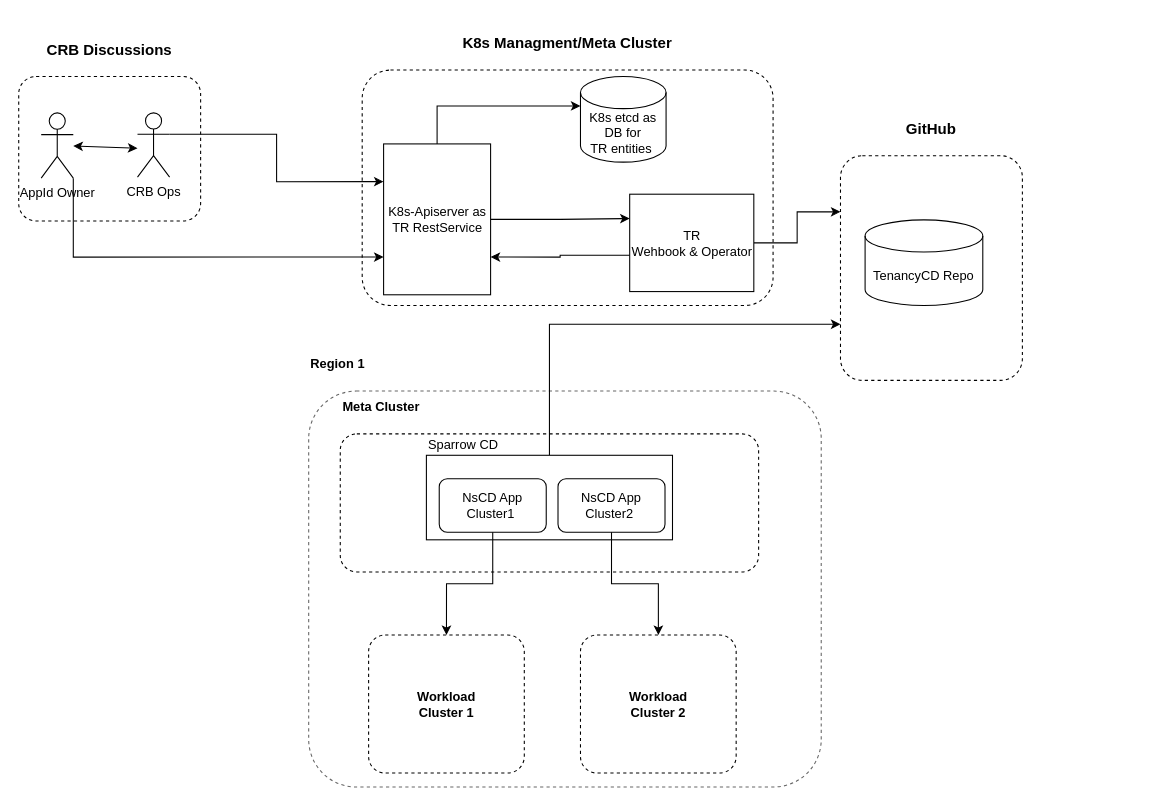
The draw.io diagram BetaReleaseArchitecutalView.drawio in Purushotham233/first_app, before the edit. Source tidied: cells renumbered, new cells numbered last; positions are measured from the earlier drawing's top-left corner, leaving out a move shared by most shapes. Both pictures are drawn from the tidied source at 107%, with x=0, y=0 at pixel (18, 70).
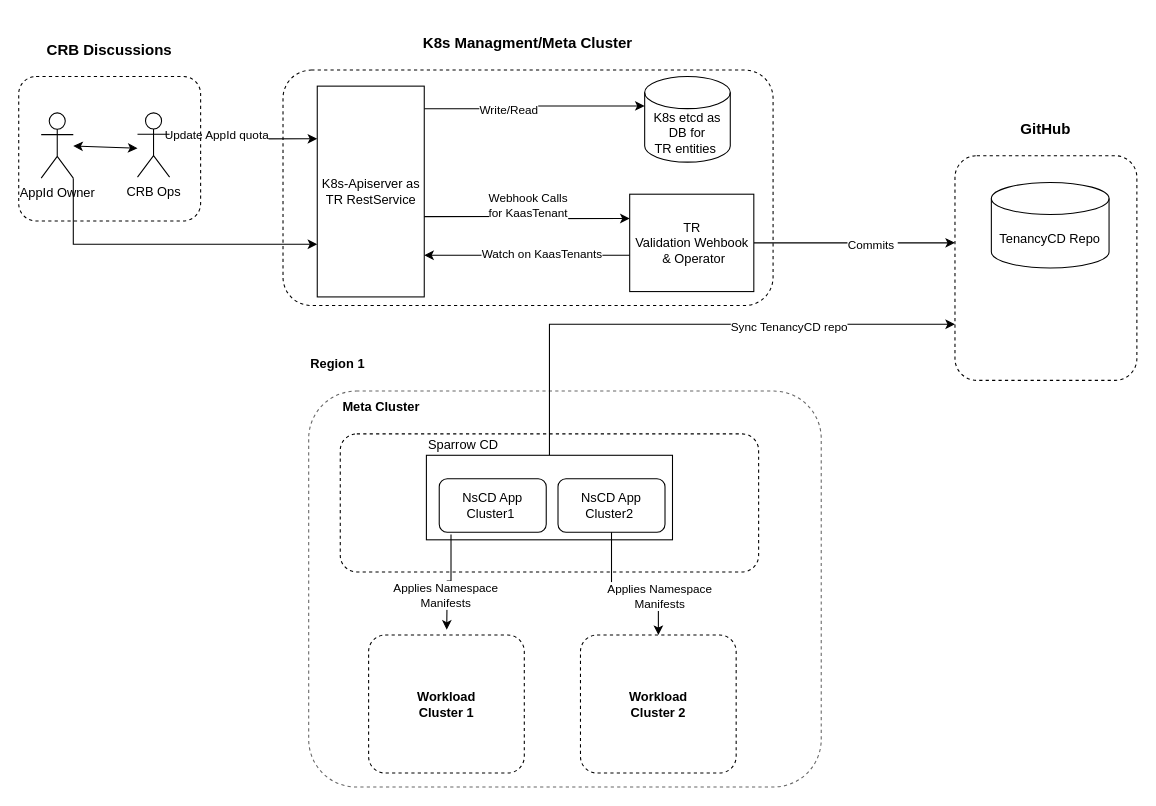
The same diagram, later.

Unchanged cells that the change refers to:
```xml
<mxCell id="6" style="edgeStyle=orthogonalEdgeStyle;rounded=0;jettySize=auto;html=1;exitX=1;exitY=0.3333333333333333;exitDx=0;exitDy=0;exitPerimeter=0;entryX=0;entryY=0.25;entryDx=0;entryDy=0;" parent="1" edge="1" source="7" target="12">
  <mxGeometry relative="1" as="geometry" />
</mxCell>
<mxCell id="19" style="edgeStyle=orthogonalEdgeStyle;rounded=0;jettySize=auto;html=1;exitX=0.5;exitY=0;exitDx=0;exitDy=0;entryX=0;entryY=0.75;entryDx=0;entryDy=0;" parent="1" edge="1" source="20" target="17">
  <mxGeometry relative="1" as="geometry" />
</mxCell>
<mxCell id="22" style="edgeStyle=orthogonalEdgeStyle;rounded=0;jettySize=auto;html=1;exitX=0.5;exitY=1;exitDx=0;exitDy=0;" parent="1" edge="1" source="23" target="27">
  <mxGeometry relative="1" as="geometry" />
</mxCell>
<mxCell id="25" value="NsCD App Cluster1&amp;nbsp;" style="rounded=1;whiteSpace=wrap;html=1;glass=0;sketch=0;strokeColor=#000000;fillColor=none;align=center;" parent="1" vertex="1">
  <mxGeometry x="393" y="382" width="100" height="50" as="geometry" />
</mxCell>
<mxCell id="26" value="&lt;h4&gt;Workload &lt;br&gt;Cluster 1&lt;/h4&gt;" style="rounded=1;whiteSpace=wrap;html=1;fillColor=none;sketch=0;glass=0;arcSize=12;dashed=1;align=center;labelPosition=center;verticalLabelPosition=middle;verticalAlign=middle;" parent="1" vertex="1">
  <mxGeometry x="327" y="528" width="145.5" height="129" as="geometry" />
</mxCell>
```

What changed in the source:
```diff
@@
+    <mxCell id="29" value="Update AppId quota" style="edgeLabel;html=1;align=center;verticalAlign=middle;" parent="6" vertex="1">
+      <mxGeometry x="-0.4" relative="1" as="geometry" />
+    </mxCell>
@@
     <mxCell id="9" value="&lt;h3&gt;K8s Managment/Meta Cluster&lt;/h3&gt;" style="rounded=1;whiteSpace=wrap;html=1;fillColor=none;sketch=0;glass=0;arcSize=12;dashed=1;align=center;labelPosition=center;verticalLabelPosition=top;verticalAlign=bottom;" parent="1" vertex="1">
-      <mxGeometry x="321" width="384" height="220" as="geometry" />
+      <mxGeometry x="247" width="458" height="220" as="geometry" />
     </mxCell>
+    <mxCell id="11" style="edgeStyle=orthogonalEdgeStyle;rounded=0;jettySize=auto;html=1;exitX=0.99;exitY=0.619;exitDx=0;exitDy=0;entryX=0;entryY=0.25;entryDx=0;entryDy=0;exitPerimeter=0;" parent="1" edge="1" source="12" target="16">
+      <mxGeometry relative="1" as="geometry" />
+    </mxCell>
+    <mxCell id="30" value="Webhook Calls &lt;br&gt;for KaasTenant" style="edgeLabel;html=1;align=center;verticalAlign=middle;" parent="11" vertex="1">
+      <mxGeometry x="-0.49" relative="1" as="geometry">
+        <mxPoint x="48" y="-10" as="offset" />
+      </mxGeometry>
+    </mxCell>
-    <mxCell id="10" style="edgeStyle=orthogonalEdgeStyle;rounded=0;jettySize=auto;html=1;exitX=0.5;exitY=0;exitDx=0;exitDy=0;entryX=0;entryY=0;entryDx=0;entryDy=27.5;entryPerimeter=0;" parent="1" edge="1" source="12" target="13">
+    <mxCell id="10" style="edgeStyle=orthogonalEdgeStyle;rounded=0;jettySize=auto;html=1;exitX=1;exitY=0.107;exitDx=0;exitDy=0;entryX=0;entryY=0;entryDx=0;entryDy=27.5;entryPerimeter=0;exitPerimeter=0;" parent="1" edge="1" source="12" target="13">
       <mxGeometry relative="1" as="geometry" />
     </mxCell>
-    <mxCell id="11" style="edgeStyle=orthogonalEdgeStyle;rounded=0;jettySize=auto;html=1;exitX=1;exitY=0.5;exitDx=0;exitDy=0;entryX=0;entryY=0.25;entryDx=0;entryDy=0;" parent="1" edge="1" source="12" target="16">
-      <mxGeometry relative="1" as="geometry" />
-    </mxCell>
+    <mxCell id="31" value="Write/Read" style="edgeLabel;html=1;align=center;verticalAlign=middle;" parent="10" vertex="1">
+      <mxGeometry x="-0.24" y="-1" relative="1" as="geometry" />
+    </mxCell>
     <mxCell id="12" value="K8s-Apiserver as &lt;br&gt;TR RestService" style="html=1;" parent="1" vertex="1">
-      <mxGeometry x="341" y="69" width="100" height="141" as="geometry" />
+      <mxGeometry x="279" y="15" width="100" height="197" as="geometry" />
     </mxCell>
     <mxCell id="13" value="K8s etcd as DB for&lt;br&gt;TR entities&amp;nbsp;" style="shape=cylinder3;whiteSpace=wrap;html=1;boundedLbl=1;backgroundOutline=1;size=15;glass=1;sketch=0;fillColor=none;" parent="1" vertex="1">
-      <mxGeometry x="525" y="6" width="80" height="80" as="geometry" />
+      <mxGeometry x="585" y="6" width="80" height="80" as="geometry" />
     </mxCell>
-    <mxCell id="14" style="edgeStyle=orthogonalEdgeStyle;rounded=0;jettySize=auto;html=1;exitX=0.009;exitY=0.626;exitDx=0;exitDy=0;entryX=1;entryY=0.75;entryDx=0;entryDy=0;exitPerimeter=0;" parent="1" edge="1" source="16" target="12">
-      <mxGeometry relative="1" as="geometry" />
+    <mxCell id="14" style="edgeStyle=orthogonalEdgeStyle;rounded=0;jettySize=auto;html=1;exitX=0.009;exitY=0.626;exitDx=0;exitDy=0;exitPerimeter=0;" parent="1" edge="1" source="16">
+      <mxGeometry relative="1" as="geometry">
+        <mxPoint x="379" y="173" as="targetPoint" />
+        <Array as="points">
+          <mxPoint x="379" y="173" />
+        </Array>
+      </mxGeometry>
     </mxCell>
+    <mxCell id="32" value="Watch on KaasTenants" style="edgeLabel;html=1;align=center;verticalAlign=middle;" parent="14" vertex="1">
+      <mxGeometry x="-0.13" y="-2" relative="1" as="geometry" />
+    </mxCell>
-    <mxCell id="15" style="edgeStyle=orthogonalEdgeStyle;rounded=0;jettySize=auto;html=1;exitX=1;exitY=0.5;exitDx=0;exitDy=0;entryX=0;entryY=0.25;entryDx=0;entryDy=0;" parent="1" edge="1" source="16" target="17">
+    <mxCell id="15" style="edgeStyle=orthogonalEdgeStyle;rounded=0;jettySize=auto;html=1;exitX=1;exitY=0.5;exitDx=0;exitDy=0;entryX=0;entryY=0.388;entryDx=0;entryDy=0;entryPerimeter=0;" parent="1" edge="1" source="16" target="17">
       <mxGeometry relative="1" as="geometry" />
     </mxCell>
+    <mxCell id="33" value="Commits&amp;nbsp;" style="edgeLabel;html=1;align=center;verticalAlign=middle;" parent="15" vertex="1">
+      <mxGeometry x="0.17" y="-2" relative="1" as="geometry" />
+    </mxCell>
-    <mxCell id="16" value="TR &lt;br&gt;Wehbook &amp;amp; Operator" style="html=1;" parent="1" vertex="1">
+    <mxCell id="16" value="TR &lt;br&gt;Validation Wehbook&lt;br&gt;&amp;nbsp;&amp;amp; Operator" style="html=1;" parent="1" vertex="1">
       <mxGeometry x="571" y="116" width="116" height="91" as="geometry" />
     </mxCell>
     <mxCell id="17" value="&lt;h3&gt;GitHub&lt;/h3&gt;" style="rounded=1;whiteSpace=wrap;html=1;fillColor=none;sketch=0;glass=0;arcSize=12;dashed=1;labelPosition=center;verticalLabelPosition=top;align=center;verticalAlign=bottom;" parent="1" vertex="1">
-      <mxGeometry x="768" y="80" width="170" height="210" as="geometry" />
+      <mxGeometry x="875" y="80" width="170" height="210" as="geometry" />
     </mxCell>
     <mxCell id="18" value="TenancyCD Repo" style="shape=cylinder3;whiteSpace=wrap;html=1;boundedLbl=1;backgroundOutline=1;size=15;glass=1;sketch=0;fillColor=none;" parent="1" vertex="1">
-      <mxGeometry x="791" y="140" width="110" height="80" as="geometry" />
+      <mxGeometry x="909" y="105" width="110" height="80" as="geometry" />
     </mxCell>
@@
+    <mxCell id="34" value="Sync TenancyCD repo" style="edgeLabel;html=1;align=center;verticalAlign=middle;" parent="19" vertex="1">
+      <mxGeometry x="0.38" y="-1" relative="1" as="geometry">
+        <mxPoint y="1" as="offset" />
+      </mxGeometry>
+    </mxCell>
@@
+    <mxCell id="35" value="Applies Namespace&lt;br&gt;Manifests" style="edgeLabel;html=1;align=center;verticalAlign=middle;" parent="22" vertex="1">
+      <mxGeometry x="0.48" y="1" relative="1" as="geometry" />
+    </mxCell>
@@
-    <mxCell id="24" style="edgeStyle=orthogonalEdgeStyle;rounded=0;jettySize=auto;html=1;exitX=0.5;exitY=1;exitDx=0;exitDy=0;entryX=0.5;entryY=0;entryDx=0;entryDy=0;" parent="1" edge="1" source="25" target="26">
-      <mxGeometry relative="1" as="geometry" />
+    <mxCell id="24" style="edgeStyle=orthogonalEdgeStyle;rounded=0;jettySize=auto;html=1;exitX=0.11;exitY=1.04;exitDx=0;exitDy=0;exitPerimeter=0;" parent="1" edge="1" source="25">
+      <mxGeometry relative="1" as="geometry">
+        <mxPoint x="400" y="523" as="targetPoint" />
+      </mxGeometry>
     </mxCell>
+    <mxCell id="36" value="Applies Namespace&lt;br&gt;Manifests" style="edgeLabel;html=1;align=center;verticalAlign=middle;" parent="24" vertex="1">
+      <mxGeometry x="0.29" y="-2" relative="1" as="geometry" />
+    </mxCell>
```
